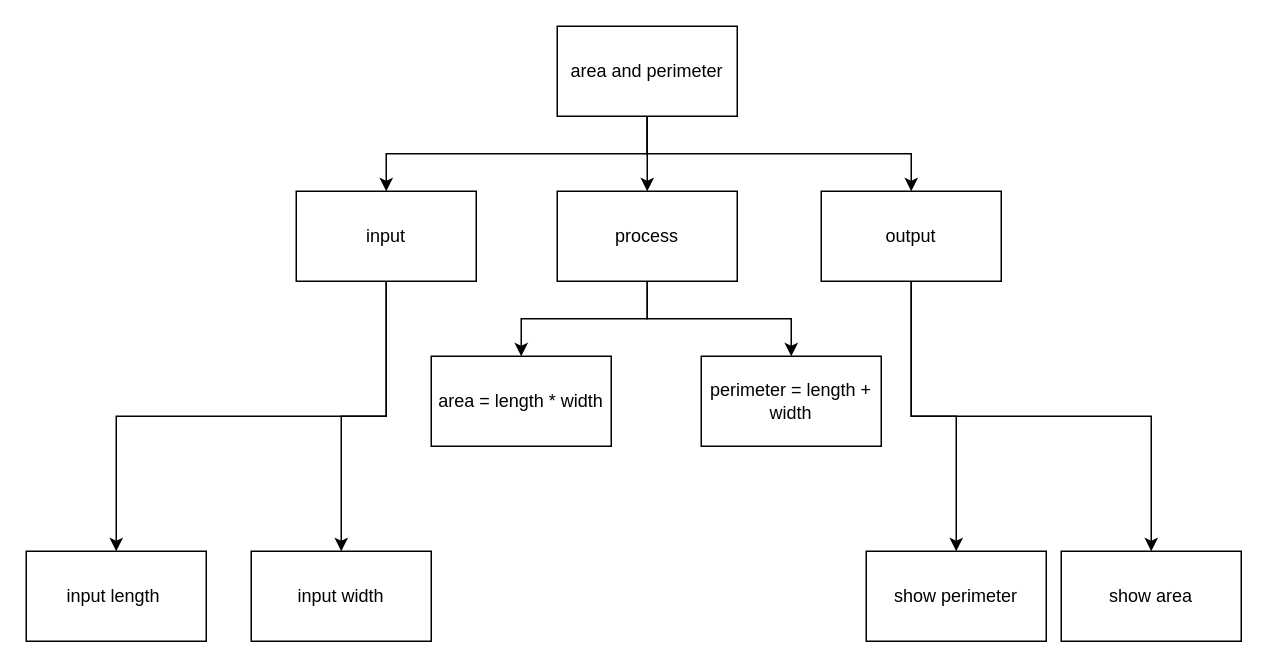
The draw.io diagram plan.drawio in devin-jhu/ICS3U-Unit2-02-Python, before the edit. Source tidied: cells renumbered, new cells numbered last; positions are measured from the earlier drawing's top-left corner, leaving out a move shared by most shapes. Both pictures are drawn from the tidied source at 150%, with x=0, y=0 at pixel (26, 26).
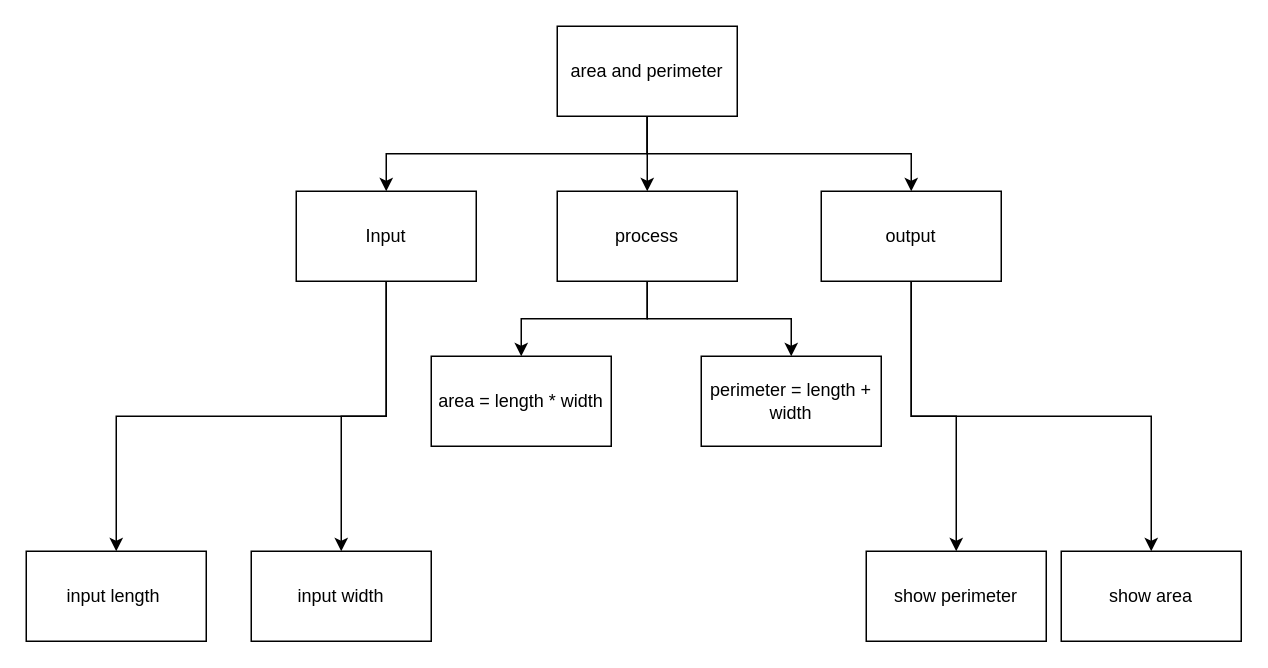
After the change.

Commit message (it also covers changes not shown here):
try try agian

Change to the diagram source:
```diff
@@
-    <mxCell id="8" value="input" style="rounded=0;whiteSpace=wrap;html=1;" parent="1" vertex="1">
+    <mxCell id="8" value="Input" style="rounded=0;whiteSpace=wrap;html=1;" parent="1" vertex="1">
       <mxGeometry x="180" y="110" width="120" height="60" as="geometry" />
     </mxCell>
```
